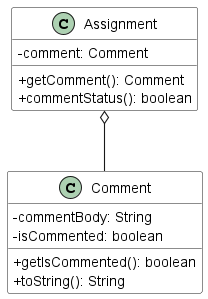
raydenlim/tp keeps this PlantUML diagram as docs/images/CommentClass UML.png. Above is the earlier version.
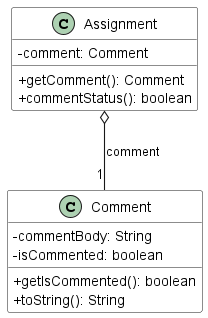
Later version of the same file.

Change to the diagram source:
```diff
@@ -2,8 +2,6 @@
 skinparam arrowThickness 1.1
 skinparam classBackgroundColor LOGIC_COLOR
 skinparam classAttributeIconSize 0
-
-Assignment o-- Comment
 
 class Assignment {
 -comment: Comment
@@ -17,4 +15,6 @@
 +getIsCommented(): boolean
 +toString(): String
 }
+
+Assignment o-- "1" Comment: comment
 @enduml
```
